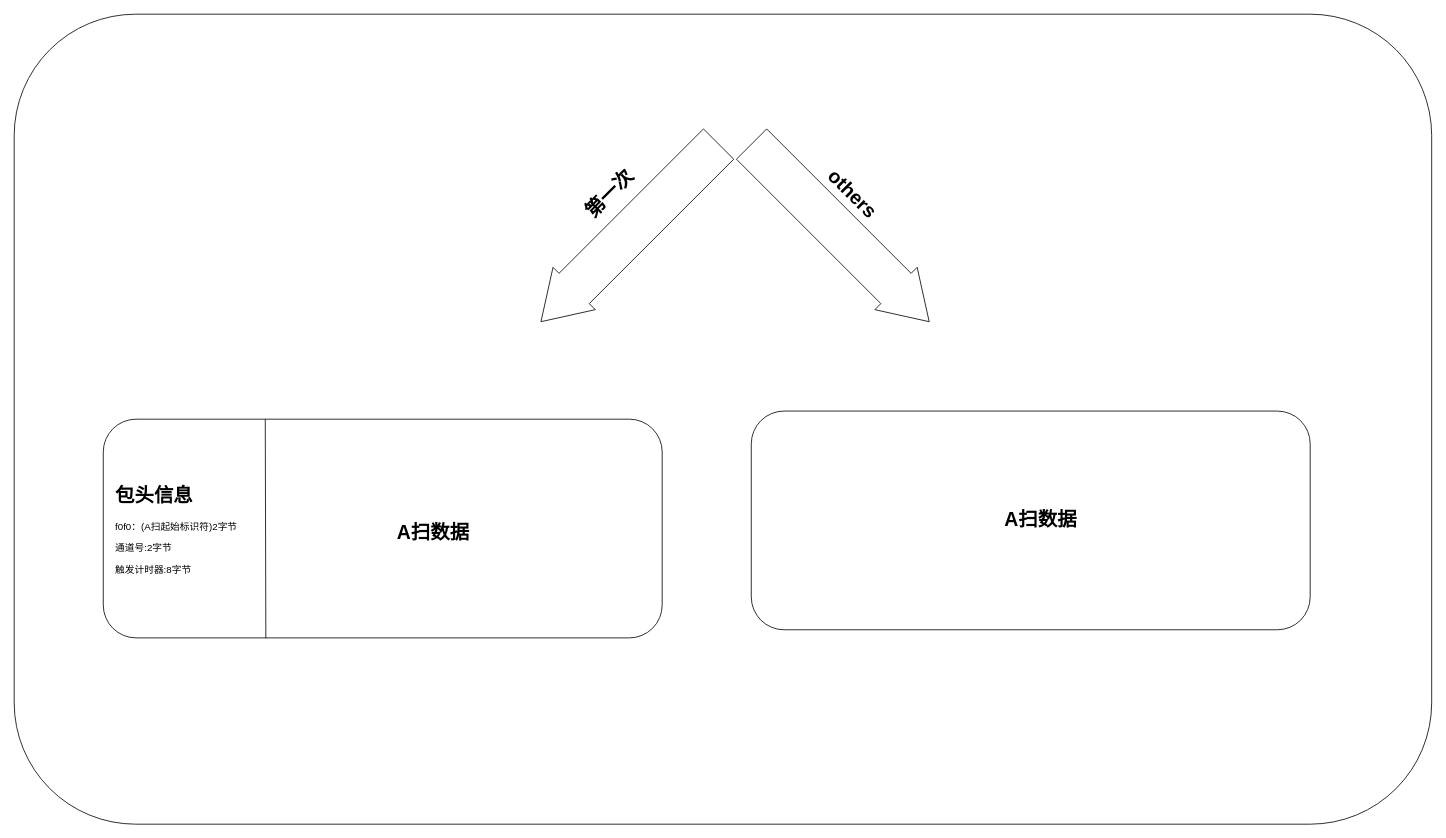
This is 数据包格式.drawio from 5huanghuai/Diagram, a draw.io file, before an edit. Source tidied: cells renumbered, new cells numbered last; positions are measured from the earlier drawing's top-left corner, leaving out a move shared by most shapes. Both pictures are drawn from the tidied source at 81%, with x=0, y=0 at pixel (14, 14).
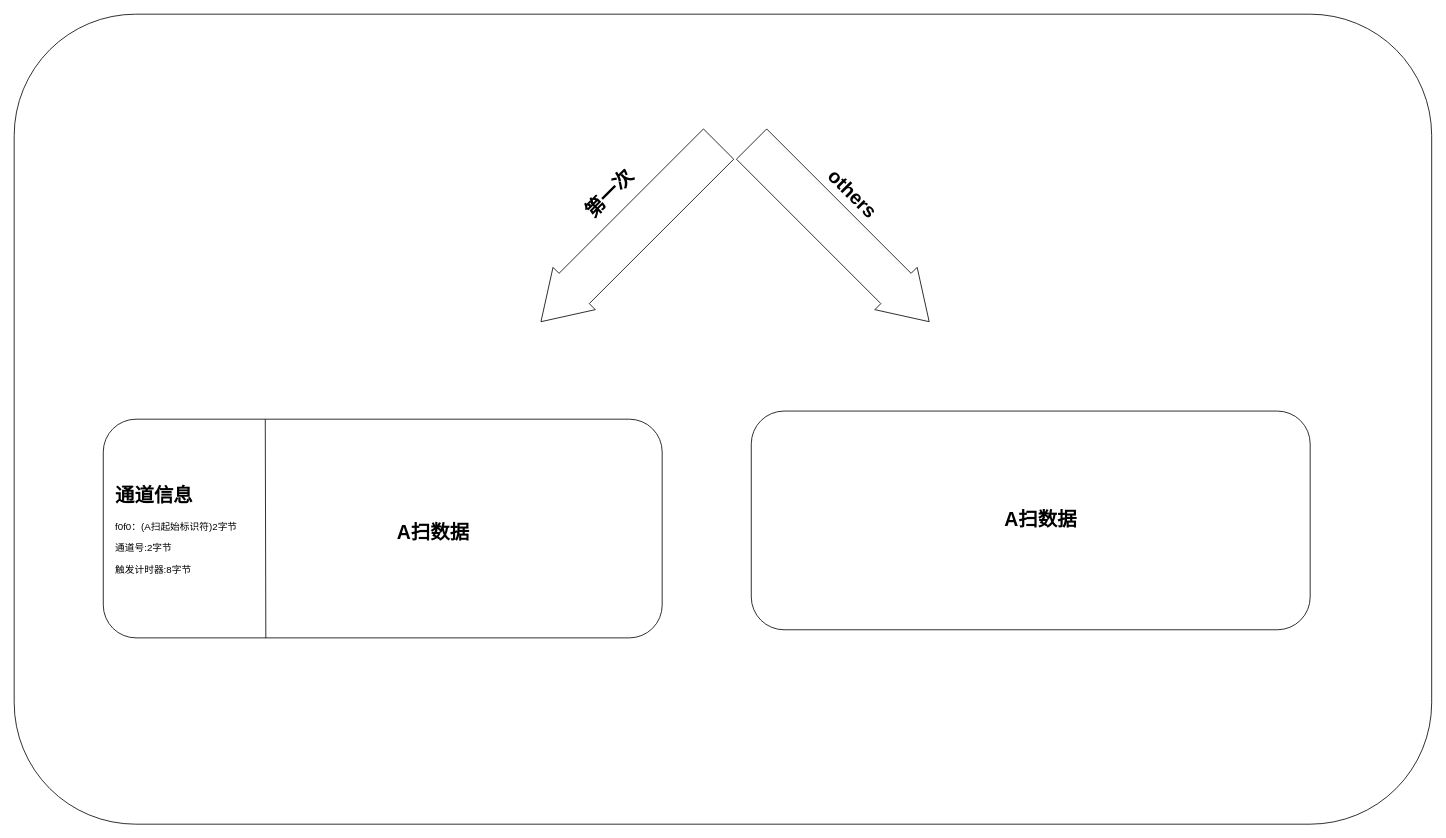
The same diagram, later.

Commit message:
更新数据包格式.drawio

The edit, as a diff of the source:
```diff
@@
 <mxGraphModel>
   <root>
     <mxCell id="0" />
     <mxCell id="1" parent="0" />
     <mxCell id="2" style="rounded=1;whiteSpace=wrap;html=1;" parent="1" vertex="1">
       <mxGeometry width="1750" height="1000" as="geometry" />
     </mxCell>
     <mxCell id="3" style="rounded=1;whiteSpace=wrap;html=1;" parent="1" vertex="1">
       <mxGeometry x="110" y="500" width="690" height="270" as="geometry" />
     </mxCell>
     <mxCell id="4" style="endArrow=none;html=1;rounded=0;exitX=0.073;exitY=1;exitDx=0;exitDy=0;exitPerimeter=0;entryX=0.072;entryY=-0.001;entryDx=0;entryDy=0;entryPerimeter=0;" parent="1" edge="1">
       <mxGeometry relative="1" as="geometry">
         <mxPoint x="310.7" y="770.3" as="sourcePoint" />
         <mxPoint x="310" y="500" as="targetPoint" />
       </mxGeometry>
     </mxCell>
-    <mxCell id="5" value="&lt;h1&gt;包头信息&lt;/h1&gt;&lt;p&gt;f0f0：(A扫起始标识符)2字节&lt;/p&gt;&lt;p&gt;通道号:2字节&lt;/p&gt;&lt;p&gt;触发计时器:8字节&lt;/p&gt;" style="text;html=1;strokeColor=none;fillColor=none;spacing=5;spacingTop=-20;whiteSpace=wrap;overflow=hidden;rounded=0;" parent="1" vertex="1">
+    <mxCell id="5" value="&lt;h1&gt;通道信息&lt;/h1&gt;&lt;p&gt;f0f0：(A扫起始标识符)2字节&lt;/p&gt;&lt;p&gt;通道号:2字节&lt;/p&gt;&lt;p&gt;触发计时器:8字节&lt;/p&gt;" style="text;html=1;strokeColor=none;fillColor=none;spacing=5;spacingTop=-20;whiteSpace=wrap;overflow=hidden;rounded=0;" parent="1" vertex="1">
       <mxGeometry x="120" y="575" width="190" height="120" as="geometry" />
     </mxCell>
     <mxCell id="6" value="&lt;b&gt;&lt;font style=&quot;font-size: 24px;&quot;&gt;A扫数据&lt;/font&gt;&lt;/b&gt;" style="text;html=1;strokeColor=none;fillColor=none;align=center;verticalAlign=middle;whiteSpace=wrap;rounded=0;" parent="1" vertex="1">
       <mxGeometry x="400" y="585" width="235" height="110" as="geometry" />
     </mxCell>
     <mxCell id="7" style="rounded=1;whiteSpace=wrap;html=1;" parent="1" vertex="1">
       <mxGeometry x="910" y="490" width="690" height="270" as="geometry" />
     </mxCell>
     <mxCell id="8" value="&lt;b&gt;&lt;font style=&quot;font-size: 24px;&quot;&gt;A扫数据&lt;/font&gt;&lt;/b&gt;" style="text;html=1;strokeColor=none;fillColor=none;align=center;verticalAlign=middle;whiteSpace=wrap;rounded=0;" parent="1" vertex="1">
       <mxGeometry x="1150" y="570" width="235" height="110" as="geometry" />
     </mxCell>
     <mxCell id="9" style="shape=flexArrow;endArrow=classic;html=1;rounded=0;width=52.857142857142854;endSize=18.985714285714284;" parent="1" edge="1">
       <mxGeometry relative="1" as="geometry">
         <mxPoint x="910" y="160" as="sourcePoint" />
         <mxPoint x="1130" y="380" as="targetPoint" />
       </mxGeometry>
     </mxCell>
     <mxCell id="10" style="shape=flexArrow;endArrow=classic;html=1;rounded=0;width=52.857142857142854;endSize=18.985714285714284;" parent="1" edge="1">
       <mxGeometry relative="1" as="geometry">
         <mxPoint x="870" y="160" as="sourcePoint" />
         <mxPoint x="650" y="380" as="targetPoint" />
       </mxGeometry>
     </mxCell>
     <mxCell id="11" value="&lt;font style=&quot;font-size: 24px;&quot;&gt;&lt;b&gt;第一次&lt;/b&gt;&lt;/font&gt;" style="text;html=1;strokeColor=none;fillColor=none;align=center;verticalAlign=middle;whiteSpace=wrap;rounded=0;rotation=-45;" parent="1" vertex="1">
       <mxGeometry x="600" y="170" width="270" height="104" as="geometry" />
     </mxCell>
     <mxCell id="12" value="&lt;span style=&quot;font-size: 24px;&quot;&gt;&lt;b&gt;others&lt;/b&gt;&lt;/span&gt;" style="text;html=1;strokeColor=none;fillColor=none;align=center;verticalAlign=middle;whiteSpace=wrap;rounded=0;rotation=45;" parent="1" vertex="1">
       <mxGeometry x="900" y="170" width="270" height="104" as="geometry" />
     </mxCell>
   </root>
 </mxGraphModel>
```
